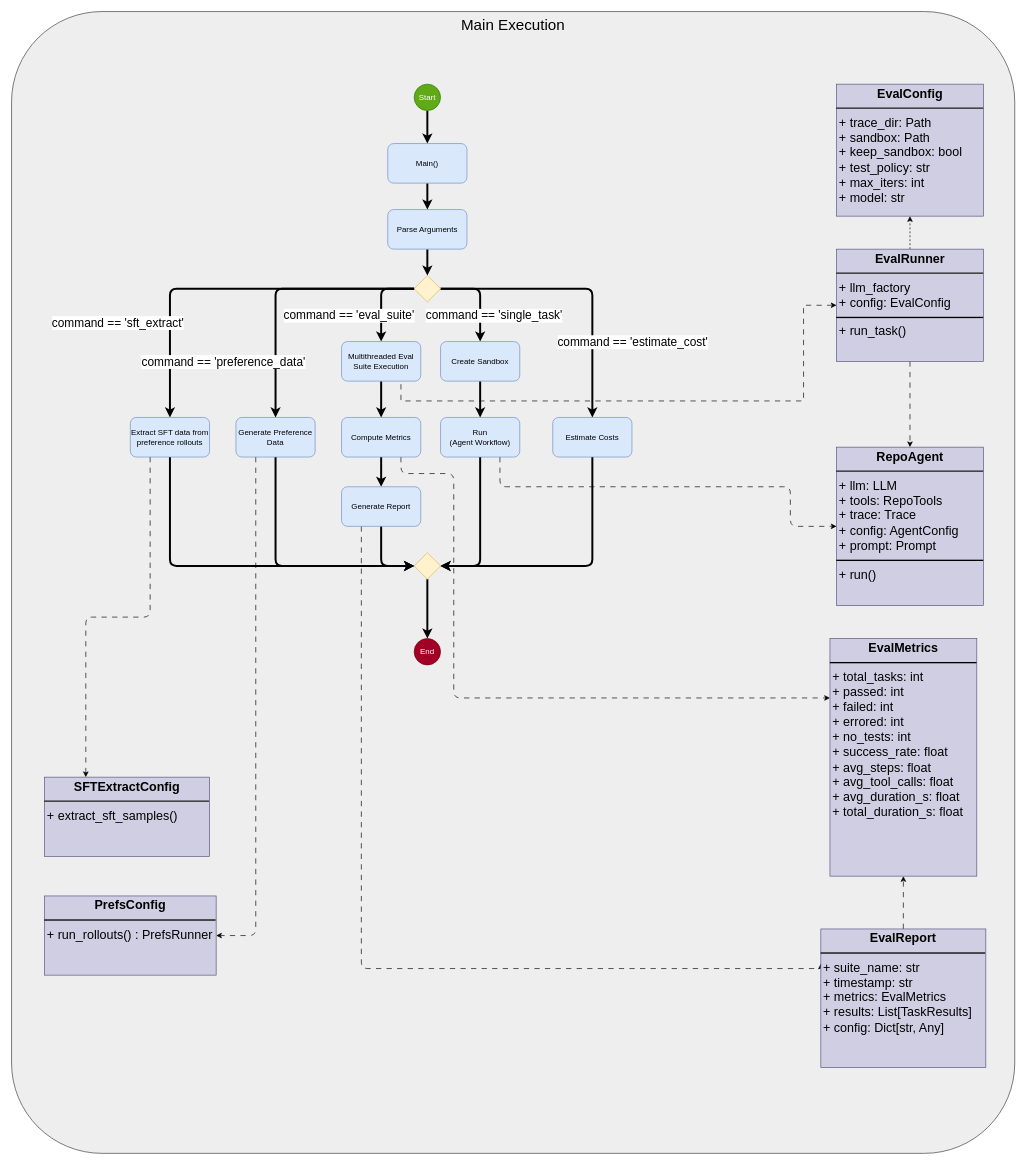
jbthejedi/llm-repo-agent keeps this draw.io diagram as blog_post/diagrams/main_execution.drawio. Above is the earlier version. Source tidied: cells renumbered, new cells numbered last; positions are measured from the earlier drawing's top-left corner, leaving out a move shared by most shapes. Both pictures are drawn from the tidied source at 66%, with x=0, y=0 at pixel (11, 11).
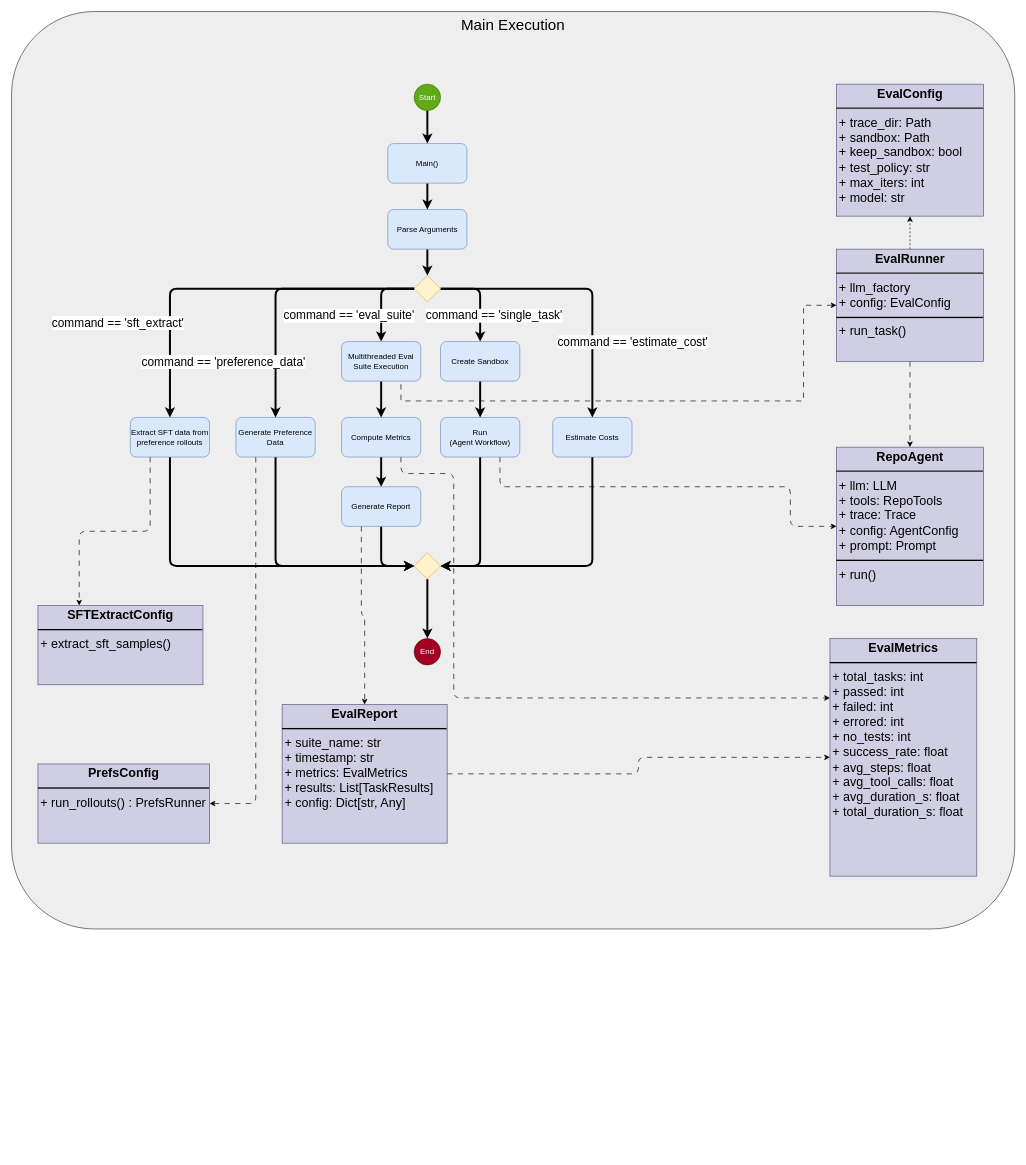
Above is the later version.

Commit message:
reshaped main execution diagram

The change refers to these unchanged cells:
```xml
<mxCell id="36" value="Generate Report" style="rounded=1;whiteSpace=wrap;html=1;fillColor=#dae8fc;strokeColor=#6c8ebf;" parent="1" vertex="1">
  <mxGeometry x="500" y="720" width="120" height="60" as="geometry" />
</mxCell>
<mxCell id="38" value="&lt;p style=&quot;margin:0px;margin-top:4px;text-align:center;&quot;&gt;&lt;b&gt;EvalMetrics&lt;/b&gt;&lt;/p&gt;&lt;hr style=&quot;border-style:solid;&quot;&gt;&lt;p style=&quot;margin:0px;margin-left:4px;&quot;&gt;+ total_tasks: int&lt;/p&gt;&lt;p style=&quot;margin:0px;margin-left:4px;&quot;&gt;+ passed: int&lt;/p&gt;&lt;p style=&quot;margin:0px;margin-left:4px;&quot;&gt;+ failed: int&lt;/p&gt;&lt;p style=&quot;margin:0px;margin-left:4px;&quot;&gt;+ errored: int&lt;/p&gt;&lt;p style=&quot;margin:0px;margin-left:4px;&quot;&gt;+ no_tests: int&lt;/p&gt;&lt;p style=&quot;margin:0px;margin-left:4px;&quot;&gt;+ success_rate: float&lt;/p&gt;&lt;p style=&quot;margin:0px;margin-left:4px;&quot;&gt;+ avg_steps: float&lt;/p&gt;&lt;p style=&quot;margin:0px;margin-left:4px;&quot;&gt;+ avg_tool_calls: float&lt;/p&gt;&lt;p style=&quot;margin:0px;margin-left:4px;&quot;&gt;+ avg_duration_s: float&lt;/p&gt;&lt;p style=&quot;margin:0px;margin-left:4px;&quot;&gt;+ total_duration_s: float&lt;/p&gt;" style="verticalAlign=top;align=left;overflow=fill;html=1;whiteSpace=wrap;fontSize=19;fillColor=#d0cee2;strokeColor=#56517e;labelBackgroundColor=none;" parent="1" vertex="1">
  <mxGeometry x="1240" y="950" width="222.5" height="360" as="geometry" />
</mxCell>
```

The edit, as a diff of the source:
```diff
@@
     <mxCell id="2" value="Main Execution" style="rounded=1;whiteSpace=wrap;html=1;fillColor=#eeeeee;strokeColor=#36393d;verticalAlign=top;fontSize=23;arcSize=9;" parent="1" vertex="1">
-      <mxGeometry width="1520" height="1730" as="geometry" />
+      <mxGeometry width="1520" height="1390" as="geometry" />
     </mxCell>
@@
-    <mxCell id="35" style="edgeStyle=orthogonalEdgeStyle;html=1;exitX=0.25;exitY=1;exitDx=0;exitDy=0;entryX=0;entryY=0.25;entryDx=0;entryDy=0;dashed=1;dashPattern=8 8;" parent="1" edge="1" source="36" target="40">
-      <mxGeometry relative="1" as="geometry">
-        <Array as="points">
-          <mxPoint x="530" y="1450" />
-          <mxPoint x="1226" y="1450" />
-        </Array>
-      </mxGeometry>
+    <mxCell id="35" style="html=1;exitX=0.25;exitY=1;exitDx=0;exitDy=0;entryX=0.5;entryY=0;entryDx=0;entryDy=0;dashed=1;dashPattern=8 8;edgeStyle=orthogonalEdgeStyle;" parent="1" edge="1" source="36" target="40">
+      <mxGeometry relative="1" as="geometry" />
     </mxCell>
@@
-    <mxCell id="39" style="edgeStyle=none;html=1;exitX=0.5;exitY=0;exitDx=0;exitDy=0;entryX=0.5;entryY=1;entryDx=0;entryDy=0;dashed=1;dashPattern=8 8;" parent="1" edge="1" source="40" target="38">
+    <mxCell id="39" style="edgeStyle=orthogonalEdgeStyle;html=1;exitX=1;exitY=0.5;exitDx=0;exitDy=0;entryX=0;entryY=0.5;entryDx=0;entryDy=0;dashed=1;dashPattern=8 8;" parent="1" edge="1" source="40" target="38">
       <mxGeometry relative="1" as="geometry" />
     </mxCell>
     <mxCell id="40" value="&lt;p style=&quot;margin:0px;margin-top:4px;text-align:center;&quot;&gt;&lt;b&gt;EvalReport&lt;/b&gt;&lt;/p&gt;&lt;hr style=&quot;border-style:solid;&quot;&gt;&lt;p style=&quot;margin:0px;margin-left:4px;&quot;&gt;+ suite_name: str&lt;/p&gt;&lt;p style=&quot;margin:0px;margin-left:4px;&quot;&gt;+ timestamp: str&lt;/p&gt;&lt;p style=&quot;margin:0px;margin-left:4px;&quot;&gt;+ metrics: EvalMetrics&lt;/p&gt;&lt;p style=&quot;margin:0px;margin-left:4px;&quot;&gt;+ results: List[TaskResults]&lt;/p&gt;&lt;p style=&quot;margin:0px;margin-left:4px;&quot;&gt;+ config: Dict[str, Any]&lt;/p&gt;" style="verticalAlign=top;align=left;overflow=fill;html=1;whiteSpace=wrap;fontSize=19;fillColor=#d0cee2;strokeColor=#56517e;labelBackgroundColor=none;" parent="1" vertex="1">
-      <mxGeometry x="1226.2" y="1390" width="250" height="210" as="geometry" />
+      <mxGeometry x="410" y="1050" width="250" height="210" as="geometry" />
     </mxCell>
@@
     <mxCell id="53" value="&lt;p style=&quot;margin:0px;margin-top:4px;text-align:center;&quot;&gt;&lt;b&gt;PrefsConfig&lt;/b&gt;&lt;/p&gt;&lt;hr style=&quot;border-style:solid;&quot;&gt;&lt;p style=&quot;margin:0px;margin-left:4px;&quot;&gt;+ run_rollouts() : PrefsRunner&lt;/p&gt;" style="verticalAlign=top;align=left;overflow=fill;html=1;whiteSpace=wrap;fontSize=19;fillColor=#d0cee2;strokeColor=#56517e;labelBackgroundColor=none;" parent="1" vertex="1">
-      <mxGeometry x="50" y="1340" width="260" height="120" as="geometry" />
+      <mxGeometry x="40" y="1140" width="260" height="120" as="geometry" />
     </mxCell>
     <mxCell id="54" value="&lt;p style=&quot;margin:0px;margin-top:4px;text-align:center;&quot;&gt;&lt;b&gt;SFTExtractConfig&lt;/b&gt;&lt;/p&gt;&lt;hr style=&quot;border-style:solid;&quot;&gt;&lt;p style=&quot;margin:0px;margin-left:4px;&quot;&gt;+ extract_sft_samples()&lt;/p&gt;" style="verticalAlign=top;align=left;overflow=fill;html=1;whiteSpace=wrap;fontSize=19;fillColor=#d0cee2;strokeColor=#56517e;labelBackgroundColor=none;" parent="1" vertex="1">
-      <mxGeometry x="50" y="1160" width="250" height="120" as="geometry" />
+      <mxGeometry x="40" y="900" width="250" height="120" as="geometry" />
     </mxCell>
```
